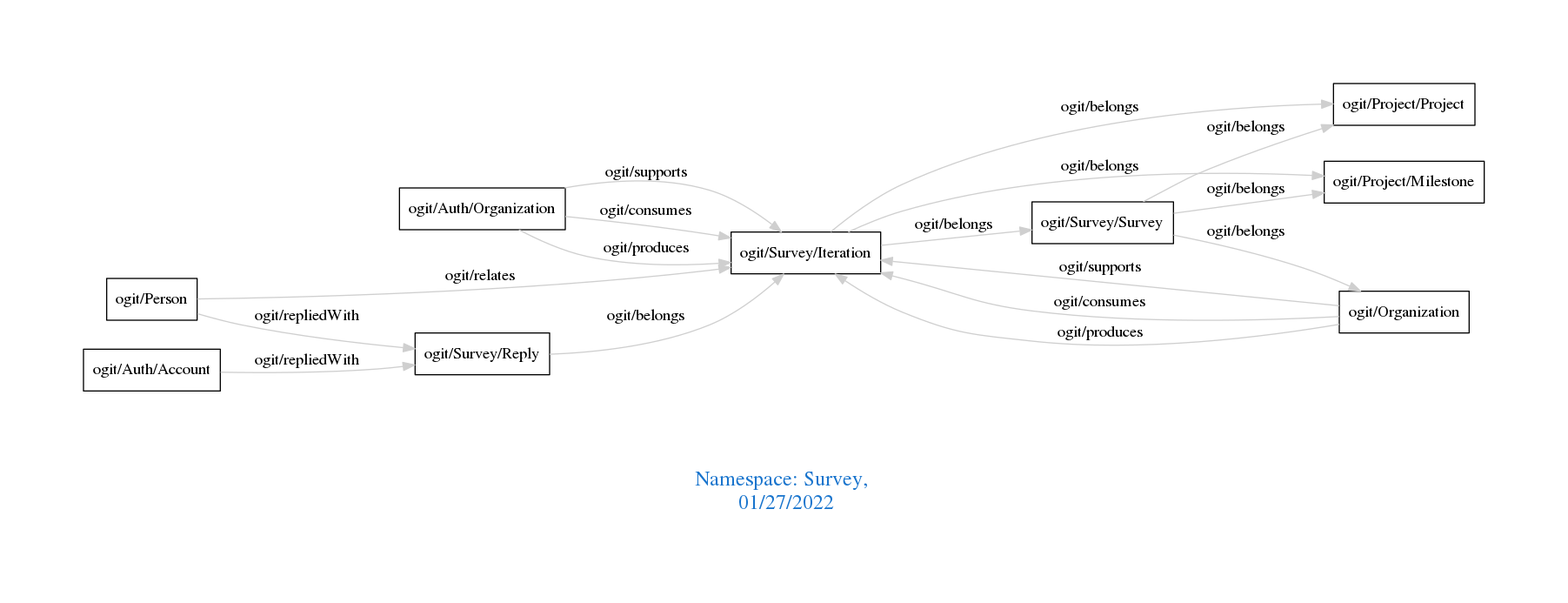
Above: downloads/Survey.png in arago/OGIT (Graphviz), before the change. Its source is kept beside it as downloads/Survey.dot.
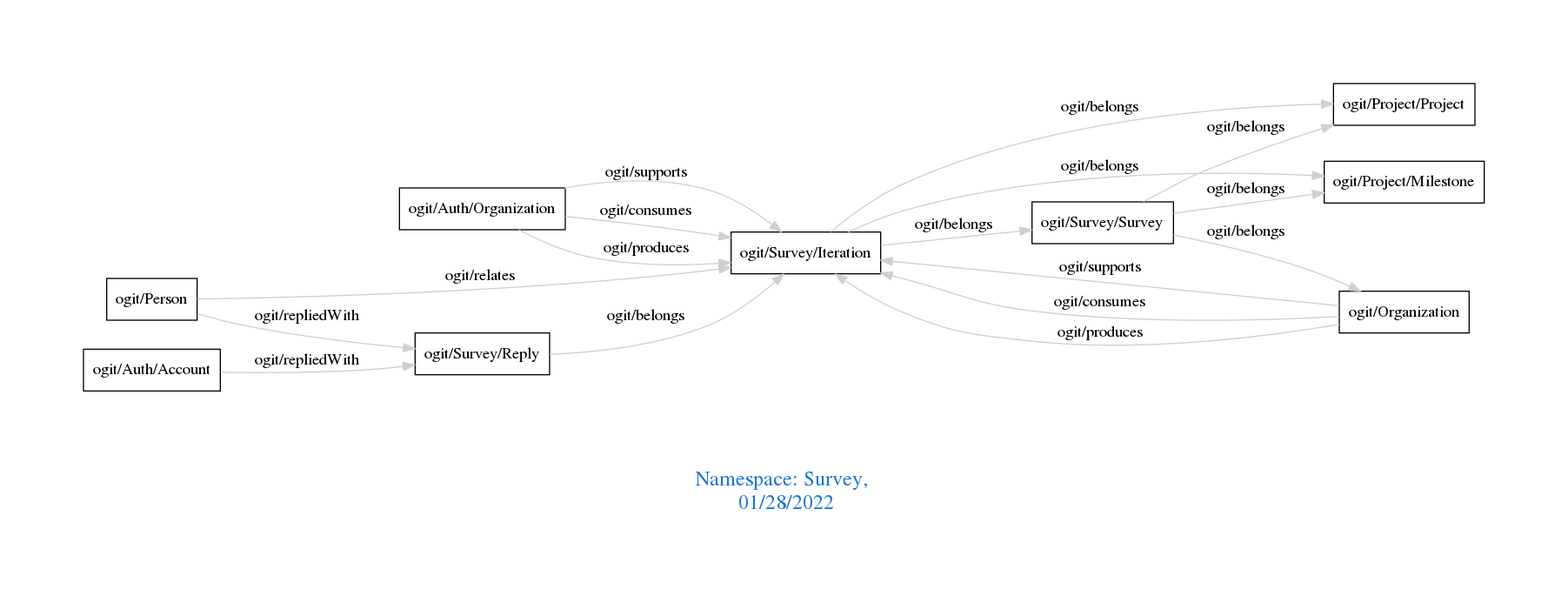
The same diagram one commit later.

The edit, as a diff of the source:
```diff
@@ -1,7 +1,7 @@
 digraph OGIT_ontology {
  graph [ rankdir= LR,pad=1
 fontsize = 18,
-fontcolor= dodgerblue3,label = "\n\n\nNamespace: Survey, \n 01/27/2022"];
+fontcolor= dodgerblue3,label = "\n\n\nNamespace: Survey, \n 01/28/2022"];
 node[shape=polygon];
 edge [  color="gray81"];
 
@@ -11,13 +11,13 @@
    "ogit/Organization" -> "ogit/Survey/Iteration" [label="   ogit/consumes    "];
    "ogit/Auth/Organization" -> "ogit/Survey/Iteration" [label="   ogit/produces    "];
    "ogit/Organization" -> "ogit/Survey/Iteration" [label="   ogit/produces    "];
+   "ogit/Survey/Iteration" -> "ogit/Project/Milestone" [label="   ogit/belongs    "];
+   "ogit/Survey/Iteration" -> "ogit/Project/Project" [label="   ogit/belongs    "];
+   "ogit/Survey/Iteration" -> "ogit/Survey/Survey" [label="   ogit/belongs    "];
+   "ogit/Survey/Reply" -> "ogit/Survey/Iteration" [label="   ogit/belongs    "];
    "ogit/Survey/Survey" -> "ogit/Organization" [label="   ogit/belongs    "];
    "ogit/Survey/Survey" -> "ogit/Project/Milestone" [label="   ogit/belongs    "];
    "ogit/Survey/Survey" -> "ogit/Project/Project" [label="   ogit/belongs    "];
-   "ogit/Survey/Reply" -> "ogit/Survey/Iteration" [label="   ogit/belongs    "];
-   "ogit/Survey/Iteration" -> "ogit/Project/Milestone" [label="   ogit/belongs    "];
-   "ogit/Survey/Iteration" -> "ogit/Project/Project" [label="   ogit/belongs    "];
-   "ogit/Survey/Iteration" -> "ogit/Survey/Survey" [label="   ogit/belongs    "];
    "ogit/Auth/Account" -> "ogit/Survey/Reply" [label="   ogit/repliedWith    "];
    "ogit/Person" -> "ogit/Survey/Reply" [label="   ogit/repliedWith    "];
    "ogit/Person" -> "ogit/Survey/Iteration" [label="   ogit/relates    "];
```
